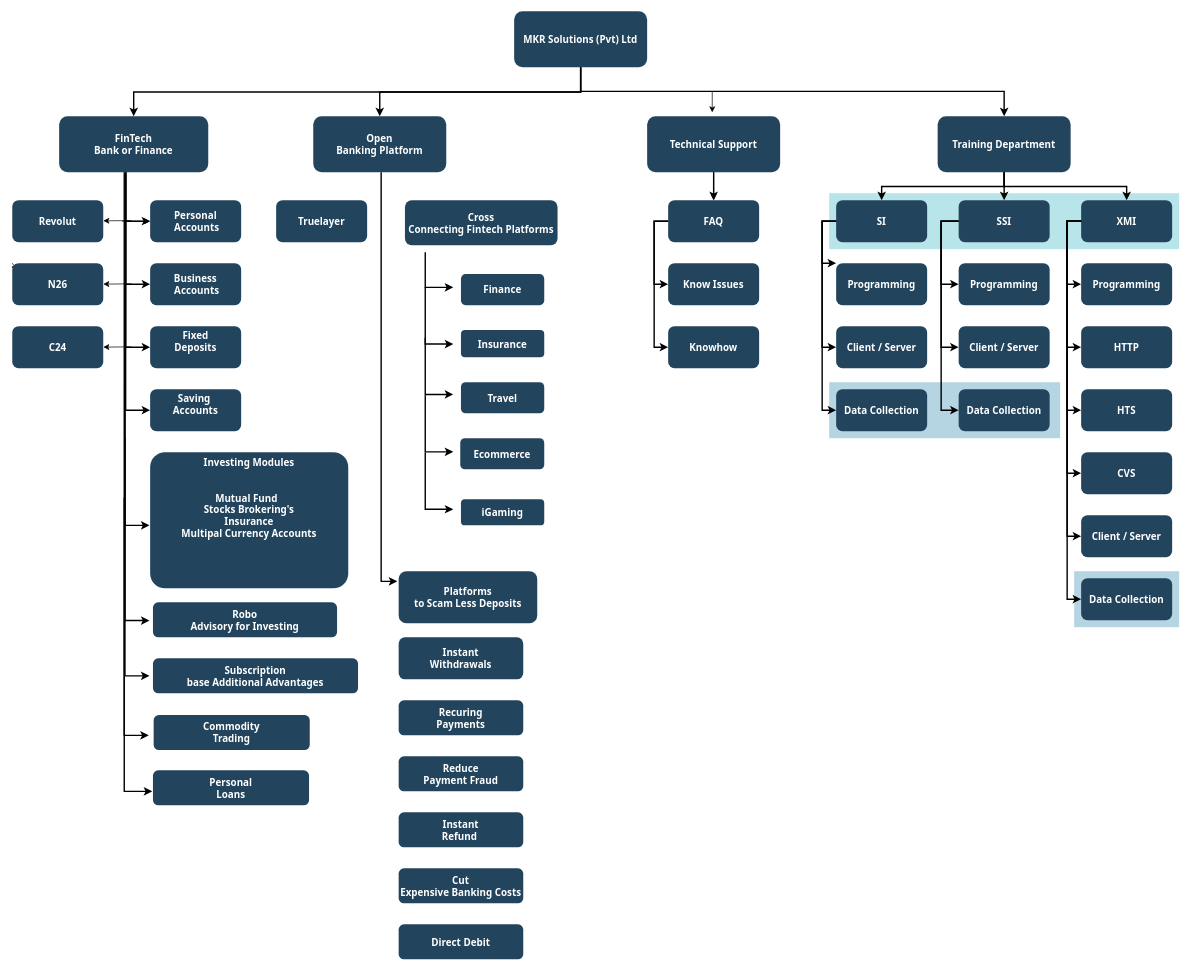
sachini9427/MKR keeps this draw.io diagram as MKR.drawio. Above is the earlier version. Source tidied: cells renumbered, new cells numbered last; positions are measured from the earlier drawing's top-left corner, leaving out a move shared by most shapes. Both pictures are drawn from the tidied source at 70%, with x=0, y=0 at pixel (12, 11).
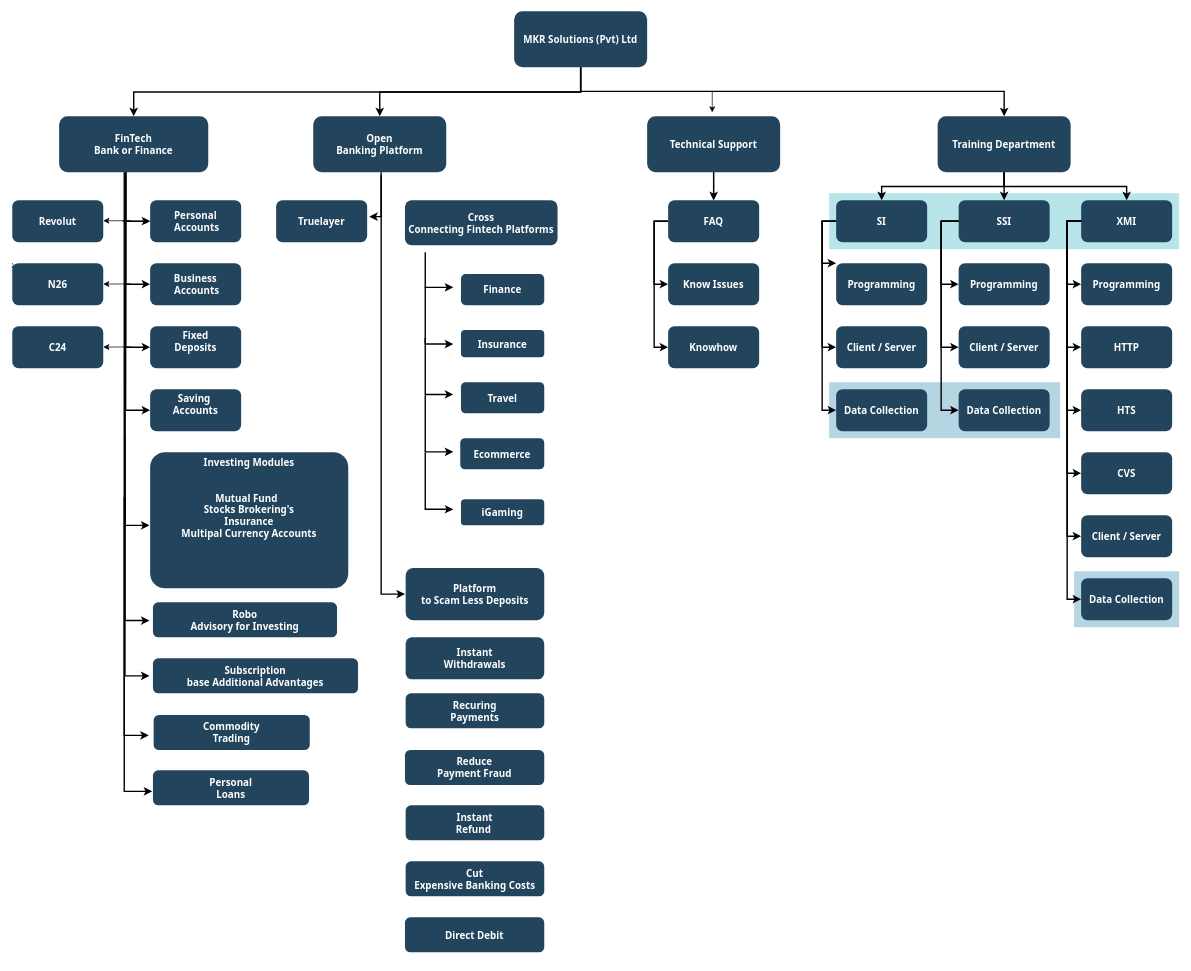
The same diagram, later.

The change refers to these unchanged cells:
```xml
<mxCell id="22" value="Truelayer" style="rounded=1;fillColor=#23445D;gradientColor=none;strokeColor=none;fontColor=#FFFFFF;fontStyle=1;fontFamily=Tahoma;fontSize=14;" parent="1" vertex="1">
  <mxGeometry x="377" y="269.5" width="130" height="60" as="geometry" />
</mxCell>
```

What changed in the source:
```diff
@@
-    <mxCell id="29" value="Platforms&#10;to Scam Less Deposits" style="rounded=1;fillColor=#23445D;gradientColor=none;strokeColor=none;fontColor=#FFFFFF;fontStyle=1;fontFamily=Tahoma;fontSize=14;" parent="1" vertex="1">
-      <mxGeometry x="552" y="799.5" width="198" height="74.5" as="geometry" />
+    <mxCell id="29" value="Platform&#10;to Scam Less Deposits" style="rounded=1;fillColor=#23445D;gradientColor=none;strokeColor=none;fontColor=#FFFFFF;fontStyle=1;fontFamily=Tahoma;fontSize=14;" parent="1" vertex="1">
+      <mxGeometry x="562" y="795" width="198" height="74.5" as="geometry" />
     </mxCell>
     <mxCell id="30" value="Instant&#10;Withdrawals" style="rounded=1;fillColor=#23445D;gradientColor=none;strokeColor=none;fontColor=#FFFFFF;fontStyle=1;fontFamily=Tahoma;fontSize=14;" parent="1" vertex="1">
-      <mxGeometry x="552" y="894" width="178" height="60" as="geometry" />
+      <mxGeometry x="562" y="894" width="198" height="60" as="geometry" />
     </mxCell>
     <mxCell id="31" value="Recuring&#10;Payments" style="rounded=1;fillColor=#23445D;gradientColor=none;strokeColor=none;fontColor=#FFFFFF;fontStyle=1;fontFamily=Tahoma;fontSize=14;" parent="1" vertex="1">
-      <mxGeometry x="552" y="984" width="178" height="50" as="geometry" />
+      <mxGeometry x="562" y="974" width="198" height="50" as="geometry" />
     </mxCell>
@@
-    <mxCell id="58" style="edgeStyle=elbowEdgeStyle;elbow=horizontal;strokeWidth=2;rounded=0;" parent="1" edge="1">
+    <mxCell id="58" style="edgeStyle=elbowEdgeStyle;elbow=horizontal;strokeWidth=2;rounded=0;entryX=1.023;entryY=0.392;entryDx=0;entryDy=0;entryPerimeter=0;" parent="1" edge="1" target="22">
       <mxGeometry x="-23" y="135.5" as="geometry">
         <mxPoint x="527" y="229.5" as="sourcePoint" />
-        <mxPoint x="550" y="814" as="targetPoint" />
         <Array as="points">
           <mxPoint x="527" y="419.5" />
         </Array>
       </mxGeometry>
     </mxCell>
@@
     <mxCell id="85" value="Reduce&#10;Payment Fraud" style="rounded=1;fillColor=#23445D;gradientColor=none;strokeColor=none;fontColor=#FFFFFF;fontStyle=1;fontFamily=Tahoma;fontSize=14;" parent="1" vertex="1">
-      <mxGeometry x="552" y="1064" width="178" height="50" as="geometry" />
+      <mxGeometry x="561" y="1055" width="199" height="50" as="geometry" />
     </mxCell>
     <mxCell id="86" value="Instant&#10;Refund " style="rounded=1;fillColor=#23445D;gradientColor=none;strokeColor=none;fontColor=#FFFFFF;fontStyle=1;fontFamily=Tahoma;fontSize=14;" parent="1" vertex="1">
-      <mxGeometry x="552" y="1144" width="178" height="50" as="geometry" />
+      <mxGeometry x="562" y="1134" width="198" height="50" as="geometry" />
     </mxCell>
     <mxCell id="87" value="Cut&#10;Expensive Banking Costs" style="rounded=1;fillColor=#23445D;gradientColor=none;strokeColor=none;fontColor=#FFFFFF;fontStyle=1;fontFamily=Tahoma;fontSize=14;" parent="1" vertex="1">
-      <mxGeometry x="552" y="1224" width="178" height="50" as="geometry" />
+      <mxGeometry x="562" y="1214" width="198" height="50" as="geometry" />
     </mxCell>
@@
     <mxCell id="90" value="Direct Debit" style="rounded=1;fillColor=#23445D;gradientColor=none;strokeColor=none;fontColor=#FFFFFF;fontStyle=1;fontFamily=Tahoma;fontSize=14;" parent="1" vertex="1">
-      <mxGeometry x="552" y="1304" width="178" height="50" as="geometry" />
+      <mxGeometry x="561" y="1294" width="199" height="50" as="geometry" />
     </mxCell>
@@
+    <mxCell id="99" style="edgeStyle=elbowEdgeStyle;elbow=horizontal;strokeWidth=2;rounded=0;entryX=0;entryY=0.5;entryDx=0;entryDy=0;" parent="1" edge="1">
+      <mxGeometry x="-23" y="135.5" as="geometry">
+        <mxPoint x="527" y="234" as="sourcePoint" />
+        <mxPoint x="561" y="832.2" as="targetPoint" />
+        <Array as="points">
+          <mxPoint x="527" y="954" />
+        </Array>
+      </mxGeometry>
+    </mxCell>
```
